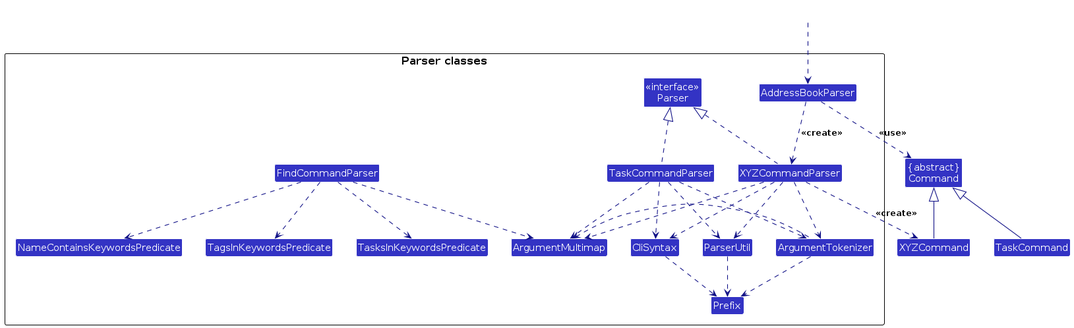
The PlantUML diagram diagrams/ParserClasses.png in bkkuan/tp, before a commit. Its source is kept beside it as diagrams/ParserClasses.puml.
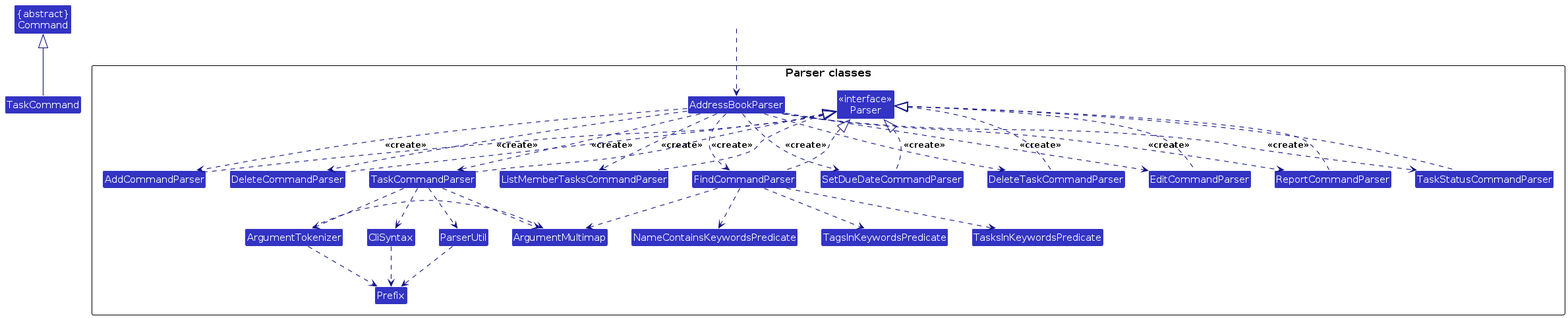
After the commit.

Change to the diagram source:
```diff
@@ -5,53 +5,73 @@
 skinparam classBackgroundColor LOGIC_COLOR
 
 Class "{abstract}\nCommand" as Command
-Class XYZCommand
+Class TaskCommand
+TaskCommand -up-|> Command
 
 package "Parser classes" {
-Class "<<interface>>\nParser" as Parser
-Class AddressBookParser
-Class XYZCommandParser
-Class CliSyntax
-Class ParserUtil
-Class ArgumentMultimap
-Class ArgumentTokenizer
-Class Prefix
-Class FindCommandParser
-Class NameContainsKeywordsPredicate
-Class TagsInKeywordsPredicate
-Class TasksInKeywordsPredicate
-Class TaskCommandParser
+
+  Class "<<interface>>\nParser" as Parser
+  Class AddressBookParser
+  Class AddCommandParser
+  Class DeleteCommandParser
+  Class DeleteTaskCommandParser
+  Class EditCommandParser
+  Class FindCommandParser
+  Class ListMemberTasksCommandParser
+  Class ReportCommandParser
+  Class SetDueDateCommandParser
+  Class TaskCommandParser
+  Class TaskStatusCommandParser
+
+  Class CliSyntax
+  Class ParserUtil
+  Class ArgumentMultimap
+  Class ArgumentTokenizer
+  Class Prefix
+
+  Class NameContainsKeywordsPredicate
+  Class TagsInKeywordsPredicate
+  Class TasksInKeywordsPredicate
 }
 
-Class TaskCommand
-Class HiddenOutside #FFFFFF
-HiddenOutside ..> AddressBookParser
+AddCommandParser .up.|> Parser
+DeleteCommandParser .up.|> Parser
+DeleteTaskCommandParser .up.|> Parser
+EditCommandParser .up.|> Parser
+FindCommandParser .up.|> Parser
+ListMemberTasksCommandParser .up.|> Parser
+ReportCommandParser .up.|> Parser
+SetDueDateCommandParser .up.|> Parser
+TaskCommandParser .up.|> Parser
+TaskStatusCommandParser .up.|> Parser
 
-AddressBookParser .down.> XYZCommandParser: <<create>>
-
-XYZCommandParser ..> XYZCommand : <<create>>
-AddressBookParser ..> Command : <<use>>
-XYZCommandParser .up.|> Parser
-XYZCommandParser ..> ArgumentMultimap
-XYZCommandParser ..> ArgumentTokenizer
-ArgumentTokenizer .left.> ArgumentMultimap
-XYZCommandParser ..> CliSyntax
-CliSyntax ..> Prefix
-XYZCommandParser ..> ParserUtil
-ParserUtil .down.> Prefix
-ArgumentTokenizer .down.> Prefix
-XYZCommand -up-|> Command
+AddressBookParser .down.> AddCommandParser : <<create>>
+AddressBookParser .down.> DeleteCommandParser : <<create>>
+AddressBookParser .down.> DeleteTaskCommandParser : <<create>>
+AddressBookParser .down.> EditCommandParser : <<create>>
+AddressBookParser .down.> FindCommandParser : <<create>>
+AddressBookParser .down.> ListMemberTasksCommandParser : <<create>>
+AddressBookParser .down.> ReportCommandParser : <<create>>
+AddressBookParser .down.> SetDueDateCommandParser : <<create>>
+AddressBookParser .down.> TaskCommandParser : <<create>>
+AddressBookParser .down.> TaskStatusCommandParser : <<create>>
 
 FindCommandParser ..> NameContainsKeywordsPredicate
 FindCommandParser ..> TagsInKeywordsPredicate
 FindCommandParser ..> TasksInKeywordsPredicate
 FindCommandParser ..> ArgumentMultimap
 
-TaskCommandParser .up.|> Parser
-TaskCommand -up-|> Command
-
 TaskCommandParser ..> ParserUtil
 TaskCommandParser ..> ArgumentMultimap
 TaskCommandParser ..> ArgumentTokenizer
 TaskCommandParser ..> CliSyntax
+
+ParserUtil .down.> Prefix
+ArgumentTokenizer .down.> Prefix
+ArgumentTokenizer .left.> ArgumentMultimap
+CliSyntax ..> Prefix
+
+Class HiddenOutside #FFFFFF
+HiddenOutside ..> AddressBookParser
+
 @enduml
```
